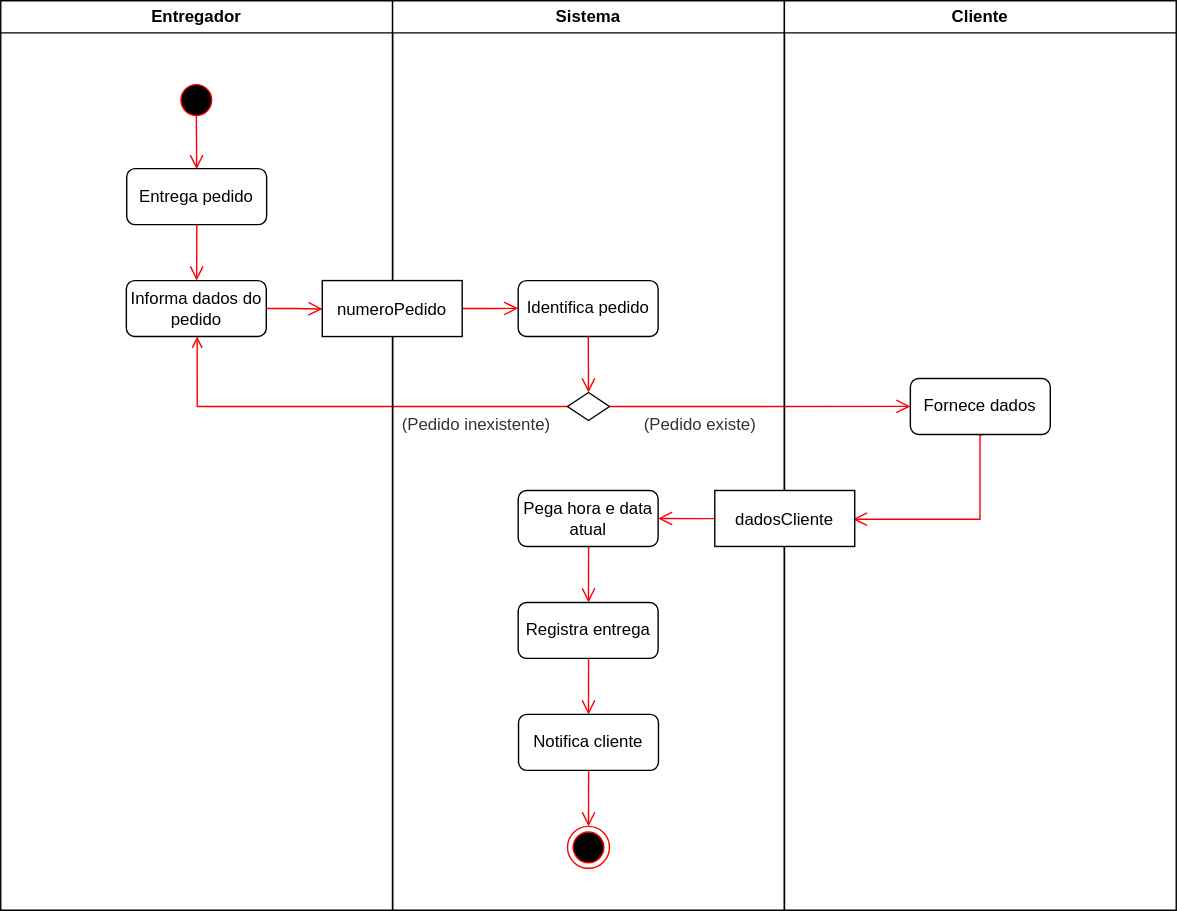
The draw.io diagram images/modelo-de-processo-de-negocio.drawio.svg in alexanderaugusto/logistica-service, before a commit. Source tidied: cells renumbered, new cells last; positions are measured from the earlier drawing's top-left corner, leaving out a move shared by most shapes.
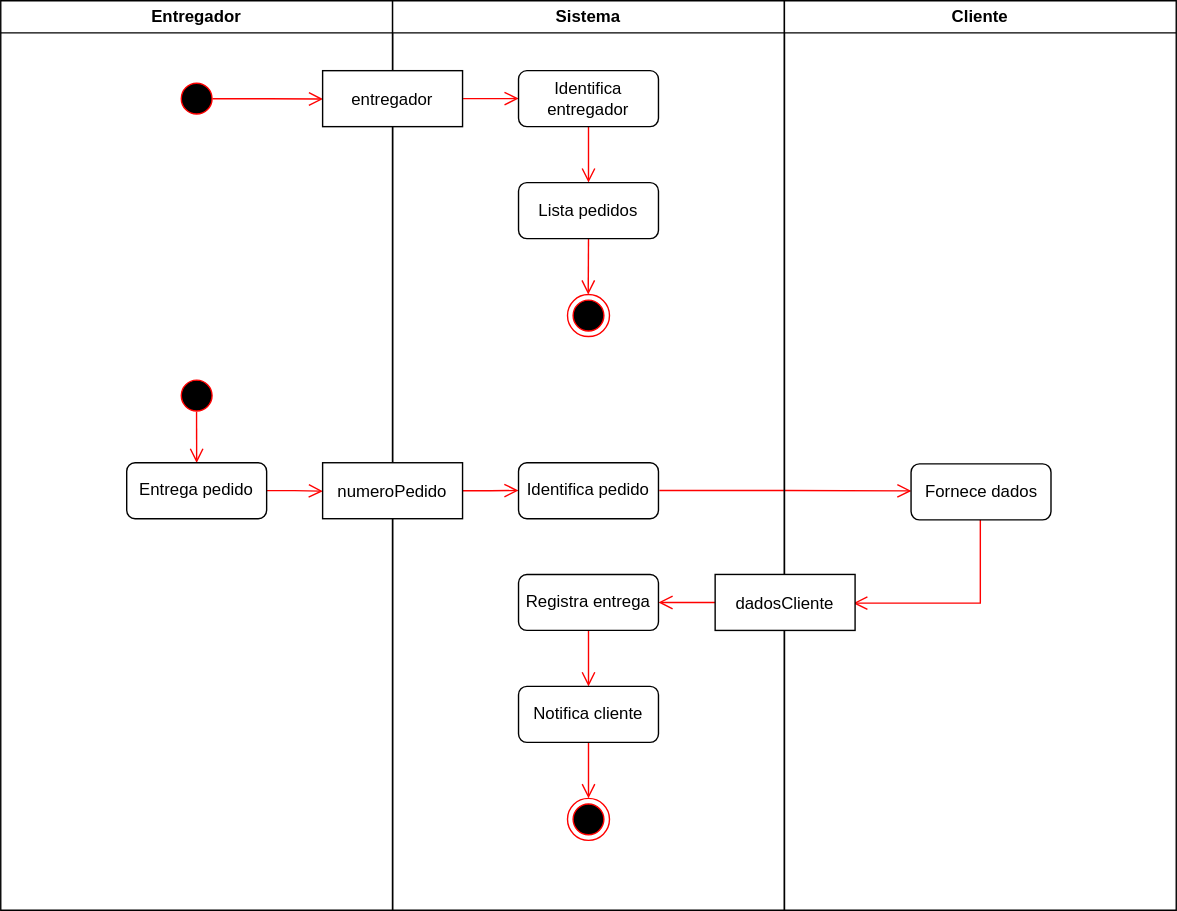
After the change.

Diff of the diagram source:
```diff
@@ -2,148 +2,142 @@
   <root>
     <mxCell id="0" />
     <mxCell id="1" parent="0" />
-    <mxCell id="2" style="edgeStyle=elbowEdgeStyle;elbow=horizontal;verticalAlign=bottom;endArrow=open;endSize=8;strokeColor=#FF0000;endFill=1;rounded=0;entryX=0.001;entryY=0.498;entryDx=0;entryDy=0;entryPerimeter=0;exitX=1;exitY=0.5;exitDx=0;exitDy=0;" parent="1" edge="1" source="23" target="29">
-      <mxGeometry x="-1894" y="-9.2" as="geometry">
-        <Array as="points">
-          <mxPoint x="490" y="290" />
-          <mxPoint x="484.8" y="635" />
-          <mxPoint x="614" y="707.5" />
-          <mxPoint x="614" y="697.5" />
-        </Array>
-      </mxGeometry>
-    </mxCell>
-    <mxCell id="3" style="edgeStyle=orthogonalEdgeStyle;rounded=0;jettySize=auto;html=1;fontSize=9;fontColor=#333333;endArrow=open;endFill=0;strokeColor=#FF0000;entryX=0.506;entryY=1;entryDx=0;entryDy=0;entryPerimeter=0;exitX=0;exitY=0.5;exitDx=0;exitDy=0;" parent="1" edge="1" source="23" target="10">
-      <mxGeometry relative="1" as="geometry" />
-    </mxCell>
-    <mxCell id="4" style="edgeStyle=elbowEdgeStyle;elbow=horizontal;verticalAlign=bottom;endArrow=open;endSize=8;strokeColor=#FF0000;endFill=1;rounded=0;entryX=1;entryY=0.5;entryDx=0;entryDy=0;entryPerimeter=0;exitX=0.001;exitY=0.502;exitDx=0;exitDy=0;exitPerimeter=0;" parent="1" edge="1" source="30" target="20">
-      <mxGeometry x="-1464" y="-9.2" as="geometry">
-        <Array as="points">
-          <mxPoint x="499.8" y="362" />
-          <mxPoint x="474.8" y="565" />
-          <mxPoint x="604" y="637.5" />
-          <mxPoint x="604" y="627.5" />
-        </Array>
-      </mxGeometry>
-    </mxCell>
-    <mxCell id="5" style="edgeStyle=elbowEdgeStyle;elbow=horizontal;verticalAlign=bottom;endArrow=open;endSize=8;strokeColor=#FF0000;endFill=1;rounded=0;entryX=0.002;entryY=0.508;entryDx=0;entryDy=0;entryPerimeter=0;exitX=1.003;exitY=0.5;exitDx=0;exitDy=0;exitPerimeter=0;" parent="1" edge="1" source="10" target="22">
-      <mxGeometry x="-325.2" y="233.4" as="geometry" />
-    </mxCell>
+    <mxCell id="31" style="edgeStyle=elbowEdgeStyle;elbow=horizontal;verticalAlign=bottom;endArrow=open;endSize=8;strokeColor=#FF0000;endFill=1;rounded=0;entryX=1;entryY=0.5;entryDx=0;entryDy=0;entryPerimeter=0;exitX=0.001;exitY=0.502;exitDx=0;exitDy=0;exitPerimeter=0;" parent="1" edge="1" source="30" target="26">
+      <mxGeometry x="-1463.8" y="50.8" as="geometry">
+        <Array as="points">
+          <mxPoint x="500" y="422" />
+          <mxPoint x="475" y="625" />
+          <mxPoint x="604.2" y="697.5" />
+          <mxPoint x="604.2" y="687.5" />
+        </Array>
+      </mxGeometry>
+    </mxCell>
+    <mxCell id="32" style="edgeStyle=elbowEdgeStyle;elbow=horizontal;verticalAlign=bottom;endArrow=open;endSize=8;strokeColor=#FF0000;endFill=1;rounded=0;entryX=0.003;entryY=0.482;entryDx=0;entryDy=0;entryPerimeter=0;exitX=1.006;exitY=0.496;exitDx=0;exitDy=0;exitPerimeter=0;" parent="1" edge="1" source="21" target="29">
+      <mxGeometry x="-55" y="311.4" as="geometry">
+        <Array as="points">
+          <mxPoint x="560" y="349" />
+        </Array>
+      </mxGeometry>
+    </mxCell>
+    <mxCell id="33" style="edgeStyle=elbowEdgeStyle;elbow=horizontal;verticalAlign=bottom;endArrow=open;endSize=8;strokeColor=#FF0000;endFill=1;rounded=0;entryX=0.002;entryY=0.508;entryDx=0;entryDy=0;entryPerimeter=0;exitX=0.998;exitY=0.498;exitDx=0;exitDy=0;exitPerimeter=0;" parent="1" edge="1" source="11" target="22">
+      <mxGeometry x="-325" y="363.6" as="geometry" />
+    </mxCell>
+    <mxCell id="34" style="edgeStyle=elbowEdgeStyle;elbow=horizontal;verticalAlign=bottom;endArrow=open;endSize=8;strokeColor=#FF0000;endFill=1;rounded=0;exitX=0.879;exitY=0.502;exitDx=0;exitDy=0;exitPerimeter=0;entryX=0.003;entryY=0.507;entryDx=0;entryDy=0;entryPerimeter=0;" parent="1" edge="1" source="36" target="44">
+      <mxGeometry x="264.5" y="121" as="geometry" />
+    </mxCell>
     <mxCell id="6" value="Entregador" style="swimlane;whiteSpace=wrap;startSize=23;" parent="1" vertex="1">
       <mxGeometry width="280" height="650" as="geometry" />
     </mxCell>
-    <mxCell id="7" style="edgeStyle=elbowEdgeStyle;elbow=horizontal;verticalAlign=bottom;endArrow=open;endSize=8;strokeColor=#FF0000;endFill=1;rounded=0;entryX=0.497;entryY=0.011;entryDx=0;entryDy=0;entryPerimeter=0;exitX=0.501;exitY=0.869;exitDx=0;exitDy=0;exitPerimeter=0;" parent="6" edge="1" source="9" target="11">
-      <mxGeometry x="-495.1" y="-100.9" as="geometry" />
-    </mxCell>
-    <mxCell id="8" style="edgeStyle=elbowEdgeStyle;elbow=horizontal;verticalAlign=bottom;endArrow=open;endSize=8;strokeColor=#FF0000;endFill=1;rounded=0;entryX=0.503;entryY=0;entryDx=0;entryDy=0;entryPerimeter=0;exitX=0.501;exitY=1.007;exitDx=0;exitDy=0;exitPerimeter=0;" parent="6" edge="1" source="11" target="10">
-      <mxGeometry x="-405" y="43.4" as="geometry" />
-    </mxCell>
-    <mxCell id="9" style="ellipse;shape=startState;fillColor=#000000;strokeColor=#ff0000;" parent="6" vertex="1">
-      <mxGeometry x="124.8" y="56" width="30" height="30" as="geometry" />
-    </mxCell>
-    <mxCell id="10" value="Informa dados do pedido" style="rounded=1;whiteSpace=wrap;html=1;" parent="6" vertex="1">
-      <mxGeometry x="89.8" y="200" width="100" height="40" as="geometry" />
-    </mxCell>
+    <mxCell id="35" style="edgeStyle=elbowEdgeStyle;elbow=horizontal;verticalAlign=bottom;endArrow=open;endSize=8;strokeColor=#FF0000;endFill=1;rounded=0;exitX=0.497;exitY=0.884;exitDx=0;exitDy=0;exitPerimeter=0;entryX=0.496;entryY=0.003;entryDx=0;entryDy=0;entryPerimeter=0;" parent="6" edge="1" source="37" target="11">
+      <mxGeometry x="99.5" y="251.2" as="geometry">
+        <Array as="points">
+          <mxPoint x="140" y="310.2" />
+        </Array>
+      </mxGeometry>
+    </mxCell>
+    <mxCell id="36" value="zz" style="ellipse;shape=startState;fillColor=#000000;strokeColor=#ff0000;" parent="6" vertex="1">
+      <mxGeometry x="125" y="55" width="30" height="30" as="geometry" />
+    </mxCell>
+    <mxCell id="37" style="ellipse;shape=startState;fillColor=#000000;strokeColor=#ff0000;" parent="6" vertex="1">
+      <mxGeometry x="125" y="267.2" width="30" height="30" as="geometry" />
+    </mxCell>
     <mxCell id="11" value="Entrega pedido" style="rounded=1;whiteSpace=wrap;html=1;" parent="6" vertex="1">
-      <mxGeometry x="90" y="120" width="100" height="40" as="geometry" />
+      <mxGeometry x="90" y="330.2" width="100" height="40" as="geometry" />
     </mxCell>
     <mxCell id="12" value="Sistema" style="swimlane;whiteSpace=wrap;" parent="1" vertex="1">
       <mxGeometry x="280" width="280" height="650" as="geometry" />
     </mxCell>
-    <mxCell id="13" style="edgeStyle=elbowEdgeStyle;elbow=horizontal;verticalAlign=bottom;endArrow=open;endSize=8;strokeColor=#FF0000;endFill=1;rounded=0;exitX=0.503;exitY=1;exitDx=0;exitDy=0;exitPerimeter=0;entryX=0.503;entryY=0;entryDx=0;entryDy=0;entryPerimeter=0;" parent="12" edge="1" source="20" target="26">
-      <mxGeometry x="-3079.1" y="-407.2" as="geometry">
-        <Array as="points">
-          <mxPoint x="140" y="410" />
-          <mxPoint x="200" y="429.9" />
-          <mxPoint x="254.7" y="594.9" />
-          <mxPoint x="264.7" y="514.9" />
-          <mxPoint x="344.7" y="504.9" />
-          <mxPoint x="473.9" y="577.4" />
-          <mxPoint x="473.9" y="567.4" />
-        </Array>
-      </mxGeometry>
-    </mxCell>
+    <mxCell id="38" style="edgeStyle=elbowEdgeStyle;elbow=horizontal;verticalAlign=bottom;endArrow=open;endSize=8;strokeColor=#FF0000;endFill=1;rounded=0;entryX=0.5;entryY=0;entryDx=0;entryDy=0;exitX=0.5;exitY=1.03;exitDx=0;exitDy=0;exitPerimeter=0;" parent="12" edge="1" source="18" target="42">
+      <mxGeometry x="-2338.8" y="-137.2" as="geometry">
+        <Array as="points">
+          <mxPoint x="140" y="530" />
+          <mxPoint x="115" y="725" />
+          <mxPoint x="125" y="645" />
+          <mxPoint x="205" y="635" />
+          <mxPoint x="334.2" y="707.5" />
+          <mxPoint x="334.2" y="697.5" />
+        </Array>
+      </mxGeometry>
+    </mxCell>
-    <mxCell id="14" style="edgeStyle=elbowEdgeStyle;elbow=horizontal;verticalAlign=bottom;endArrow=open;endSize=8;strokeColor=#FF0000;endFill=1;rounded=0;entryX=0.507;entryY=0.003;entryDx=0;entryDy=0;entryPerimeter=0;exitX=0.503;exitY=1.003;exitDx=0;exitDy=0;exitPerimeter=0;" parent="12" edge="1" source="26" target="18">
-      <mxGeometry x="-2699.1" y="-277.1" as="geometry">
+    <mxCell id="14" style="edgeStyle=elbowEdgeStyle;elbow=horizontal;verticalAlign=bottom;endArrow=open;endSize=8;strokeColor=#FF0000;endFill=1;rounded=0;exitX=0.5;exitY=0.998;exitDx=0;exitDy=0;exitPerimeter=0;entryX=0.5;entryY=0;entryDx=0;entryDy=0;entryPerimeter=0;" parent="12" edge="1" source="26" target="18">
+      <mxGeometry x="-1903.8" y="-19.2" as="geometry">
         <Array as="points">
-          <mxPoint x="140" y="490" />
-          <mxPoint x="194.7" y="655" />
-          <mxPoint x="204.7" y="575" />
-          <mxPoint x="284.7" y="565" />
-          <mxPoint x="413.9" y="637.5" />
-          <mxPoint x="413.9" y="627.5" />
+          <mxPoint x="140" y="472" />
+          <mxPoint x="195" y="625" />
+          <mxPoint x="324.2" y="697.5" />
+          <mxPoint x="324.2" y="687.5" />
         </Array>
       </mxGeometry>
     </mxCell>
-    <mxCell id="15" style="edgeStyle=elbowEdgeStyle;elbow=horizontal;verticalAlign=bottom;endArrow=open;endSize=8;strokeColor=#FF0000;endFill=1;rounded=0;entryX=0.5;entryY=0;entryDx=0;entryDy=0;exitX=0.501;exitY=0.984;exitDx=0;exitDy=0;exitPerimeter=0;" parent="12" edge="1" source="21" target="23">
-      <mxGeometry x="-495.2" y="111.2" as="geometry">
-        <Array as="points">
-          <mxPoint x="140" y="260" />
-        </Array>
-      </mxGeometry>
-    </mxCell>
-    <mxCell id="16" style="edgeStyle=elbowEdgeStyle;elbow=horizontal;verticalAlign=bottom;endArrow=open;endSize=8;strokeColor=#FF0000;endFill=1;rounded=0;entryX=0.5;entryY=0;entryDx=0;entryDy=0;exitX=0.501;exitY=0.974;exitDx=0;exitDy=0;exitPerimeter=0;" parent="12" edge="1" source="18" target="19">
-      <mxGeometry x="-2338.8" y="-117.2" as="geometry">
-        <Array as="points">
-          <mxPoint x="140" y="572" />
-          <mxPoint x="115" y="745" />
-          <mxPoint x="125" y="665" />
-          <mxPoint x="205" y="655" />
-          <mxPoint x="334.2" y="727.5" />
-          <mxPoint x="334.2" y="717.5" />
-        </Array>
-      </mxGeometry>
-    </mxCell>
-    <mxCell id="17" style="edgeStyle=elbowEdgeStyle;elbow=horizontal;verticalAlign=bottom;endArrow=open;endSize=8;strokeColor=#FF0000;endFill=1;rounded=0;exitX=1;exitY=0.5;exitDx=0;exitDy=0;exitPerimeter=0;" parent="12" edge="1" source="22">
-      <mxGeometry x="-205.2" y="200.4" as="geometry">
-        <mxPoint x="89.8" y="219.8" as="targetPoint" />
-      </mxGeometry>
-    </mxCell>
+    <mxCell id="39" style="edgeStyle=elbowEdgeStyle;elbow=horizontal;verticalAlign=bottom;endArrow=open;endSize=8;strokeColor=#FF0000;endFill=1;rounded=0;exitX=1;exitY=0.5;exitDx=0;exitDy=0;exitPerimeter=0;" parent="12" edge="1" source="22">
+      <mxGeometry x="-205" y="330.6" as="geometry">
+        <mxPoint x="90" y="350" as="targetPoint" />
+      </mxGeometry>
+    </mxCell>
+    <mxCell id="40" style="edgeStyle=elbowEdgeStyle;elbow=horizontal;verticalAlign=bottom;endArrow=open;endSize=8;strokeColor=#FF0000;endFill=1;rounded=0;exitX=0.5;exitY=1;exitDx=0;exitDy=0;exitPerimeter=0;entryX=0.5;entryY=0;entryDx=0;entryDy=0;" parent="12" edge="1" source="46" target="47">
+      <mxGeometry x="-1515.7" y="112.4" as="geometry">
+        <Array as="points">
+          <mxPoint x="139.8" y="180" />
+        </Array>
+      </mxGeometry>
+    </mxCell>
+    <mxCell id="41" style="edgeStyle=elbowEdgeStyle;elbow=horizontal;verticalAlign=bottom;endArrow=open;endSize=8;strokeColor=#FF0000;endFill=1;rounded=0;entryX=0.5;entryY=0;entryDx=0;entryDy=0;entryPerimeter=0;exitX=0.5;exitY=1;exitDx=0;exitDy=0;exitPerimeter=0;" parent="12" edge="1" source="45" target="46">
+      <mxGeometry x="-1075.5" y="102.4" as="geometry">
+        <Array as="points">
+          <mxPoint x="140" y="100" />
+        </Array>
+      </mxGeometry>
+    </mxCell>
     <mxCell id="18" value="Notifica cliente" style="rounded=1;whiteSpace=wrap;html=1;" parent="12" vertex="1">
-      <mxGeometry x="90" y="510" width="100" height="40" as="geometry" />
+      <mxGeometry x="90" y="490" width="100" height="40" as="geometry" />
     </mxCell>
-    <mxCell id="19" style="ellipse;shape=endState;fillColor=#000000;strokeColor=#ff0000;" parent="12" vertex="1">
-      <mxGeometry x="125" y="590" width="30" height="30" as="geometry" />
-    </mxCell>
-    <mxCell id="20" value="Pega hora e data atual" style="rounded=1;whiteSpace=wrap;html=1;" parent="12" vertex="1">
-      <mxGeometry x="89.8" y="350" width="100" height="40" as="geometry" />
-    </mxCell>
+    <mxCell id="42" style="ellipse;shape=endState;fillColor=#000000;strokeColor=#ff0000;" parent="12" vertex="1">
+      <mxGeometry x="125" y="570" width="30" height="30" as="geometry" />
+    </mxCell>
+    <mxCell id="26" value="Registra entrega" style="rounded=1;whiteSpace=wrap;html=1;" parent="12" vertex="1">
+      <mxGeometry x="90" y="410" width="100" height="40" as="geometry" />
+    </mxCell>
+    <mxCell id="43" style="edgeStyle=elbowEdgeStyle;elbow=horizontal;verticalAlign=bottom;endArrow=open;endSize=8;strokeColor=#FF0000;endFill=1;rounded=0;entryX=0.001;entryY=0.498;entryDx=0;entryDy=0;entryPerimeter=0;exitX=1.004;exitY=0.5;exitDx=0;exitDy=0;exitPerimeter=0;" parent="12" edge="1" source="44" target="45">
+      <mxGeometry x="-645.5" y="60.4" as="geometry" />
+    </mxCell>
+    <mxCell id="44" value="entregador" parent="12" vertex="1">
+      <mxGeometry x="-50" y="50" width="100" height="40" as="geometry" />
+    </mxCell>
+    <mxCell id="45" value="Identifica entregador" style="rounded=1;whiteSpace=wrap;html=1;" parent="12" vertex="1">
+      <mxGeometry x="90" y="50" width="100" height="40" as="geometry" />
+    </mxCell>
+    <mxCell id="46" value="Lista pedidos" style="rounded=1;whiteSpace=wrap;html=1;" parent="12" vertex="1">
+      <mxGeometry x="90" y="130" width="100" height="40" as="geometry" />
+    </mxCell>
+    <mxCell id="47" style="ellipse;shape=endState;fillColor=#000000;strokeColor=#ff0000;" parent="12" vertex="1">
+      <mxGeometry x="125" y="210" width="30" height="30" as="geometry" />
+    </mxCell>
     <mxCell id="21" value="Identifica pedido" style="rounded=1;whiteSpace=wrap;html=1;" parent="12" vertex="1">
-      <mxGeometry x="89.8" y="200" width="100" height="40" as="geometry" />
+      <mxGeometry x="90" y="330.2" width="100" height="40" as="geometry" />
     </mxCell>
     <mxCell id="22" value="numeroPedido" parent="12" vertex="1">
-      <mxGeometry x="-50.2" y="200" width="100" height="40" as="geometry" />
+      <mxGeometry x="-50" y="330.2" width="100" height="40" as="geometry" />
     </mxCell>
-    <mxCell id="23" style="rhombus;whiteSpace=wrap;html=1;" parent="12" vertex="1">
-      <mxGeometry x="125" y="280" width="30" height="20" as="geometry" />
-    </mxCell>
-    <mxCell id="24" value="(Pedido inexistente)" style="text;html=1;strokeColor=none;fillColor=none;align=center;verticalAlign=middle;whiteSpace=wrap;rounded=0;fontColor=#333333;fontSize=12;" parent="12" vertex="1">
-      <mxGeometry y="288" width="120" height="30" as="geometry" />
-    </mxCell>
-    <mxCell id="25" value="(Pedido existe)" style="text;html=1;strokeColor=none;fillColor=none;align=center;verticalAlign=middle;whiteSpace=wrap;rounded=0;fontColor=#333333;fontSize=12;" parent="12" vertex="1">
-      <mxGeometry x="170" y="288" width="100" height="30" as="geometry" />
-    </mxCell>
-    <mxCell id="26" value="Registra entrega" style="rounded=1;whiteSpace=wrap;html=1;" parent="12" vertex="1">
-      <mxGeometry x="89.8" y="430" width="100" height="40" as="geometry" />
-    </mxCell>
     <mxCell id="27" value="Cliente" style="swimlane;whiteSpace=wrap;" parent="1" vertex="1">
       <mxGeometry x="560" width="280" height="650" as="geometry" />
     </mxCell>
-    <mxCell id="28" style="edgeStyle=elbowEdgeStyle;elbow=horizontal;verticalAlign=bottom;endArrow=open;endSize=8;strokeColor=#FF0000;endFill=1;rounded=0;entryX=0.987;entryY=0.513;entryDx=0;entryDy=0;entryPerimeter=0;exitX=0.509;exitY=1.012;exitDx=0;exitDy=0;exitPerimeter=0;" parent="27" edge="1" source="29" target="30">
-      <mxGeometry x="-2019.3" y="-150.6" as="geometry">
-        <Array as="points">
-          <mxPoint x="139.8" y="289.8" />
-          <mxPoint x="140.8" y="271.8" />
-          <mxPoint x="79.4" y="493.5" />
-          <mxPoint x="208.6" y="566" />
-          <mxPoint x="208.6" y="556" />
-        </Array>
-      </mxGeometry>
-    </mxCell>
+    <mxCell id="48" style="edgeStyle=elbowEdgeStyle;elbow=horizontal;verticalAlign=bottom;endArrow=open;endSize=8;strokeColor=#FF0000;endFill=1;rounded=0;entryX=0.987;entryY=0.513;entryDx=0;entryDy=0;entryPerimeter=0;" parent="27" edge="1" target="30">
+      <mxGeometry x="-2019.1" y="-20.5" as="geometry">
+        <mxPoint x="140" y="371" as="sourcePoint" />
+        <Array as="points">
+          <mxPoint x="140" y="420" />
+          <mxPoint x="141" y="402" />
+          <mxPoint x="79.7" y="623.7" />
+          <mxPoint x="208.9" y="696.2" />
+          <mxPoint x="208.9" y="686.2" />
+        </Array>
+      </mxGeometry>
+    </mxCell>
     <mxCell id="29" value="Fornece dados" style="rounded=1;whiteSpace=wrap;html=1;" parent="27" vertex="1">
-      <mxGeometry x="90" y="270" width="100" height="40" as="geometry" />
+      <mxGeometry x="90.5" y="331" width="100" height="40" as="geometry" />
     </mxCell>
     <mxCell id="30" value="dadosCliente" parent="27" vertex="1">
-      <mxGeometry x="-49.8" y="350" width="100" height="40" as="geometry" />
+      <mxGeometry x="-49.5" y="410" width="100" height="40" as="geometry" />
     </mxCell>
   </root>
 </mxGraphModel>
```
